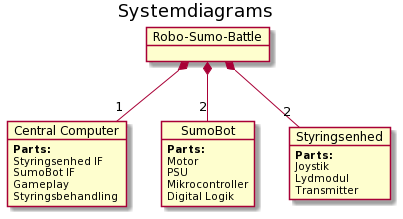
Solvgraa-mager/E3PRJ3 keeps this PlantUML diagram as Diagrammer/Overordnet_Bdd/OverordnetBDD.png. Above is the earlier version. Its diagram source:
```plantuml
@startuml
skinparam BackgroundColor transparent

title Systemdiagrams

object "Robo-Sumo-Battle" as system

object "Central Computer" as central_computer
    central_computer : <b>Parts:</b>
    central_computer : Styringsenhed IF
    central_computer : SumoBot IF
    central_computer : Gameplay
    central_computer : Styringsbehandling
object "SumoBot" as sumobot
    sumobot : <b>Parts:</b>
    sumobot : Motor
    sumobot : PSU
    sumobot : Mikrocontroller
    sumobot : Digital Logik
object "Styringsenhed" as styringsenhed
    styringsenhed : <b>Parts:</b>
    styringsenhed : Joystik
    styringsenhed : Lydmodul
    styringsenhed : Transmitter

system *--"1" central_computer
system *--"2" styringsenhed
system *--"2" sumobot
@enduml
```
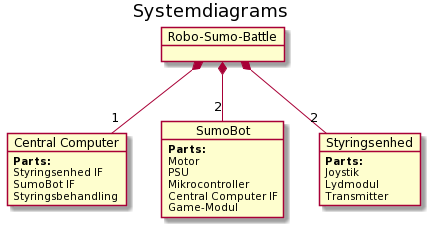
Above is the later version.

What changed in the source:
```diff
@@ -9,14 +9,14 @@
     central_computer : <b>Parts:</b>
     central_computer : Styringsenhed IF
     central_computer : SumoBot IF
-    central_computer : Gameplay
     central_computer : Styringsbehandling
 object "SumoBot" as sumobot
     sumobot : <b>Parts:</b>
     sumobot : Motor
     sumobot : PSU
     sumobot : Mikrocontroller
-    sumobot : Digital Logik
+    sumobot : Central Computer IF
+    sumobot : Game-Modul
 object "Styringsenhed" as styringsenhed
     styringsenhed : <b>Parts:</b>
     styringsenhed : Joystik
```
